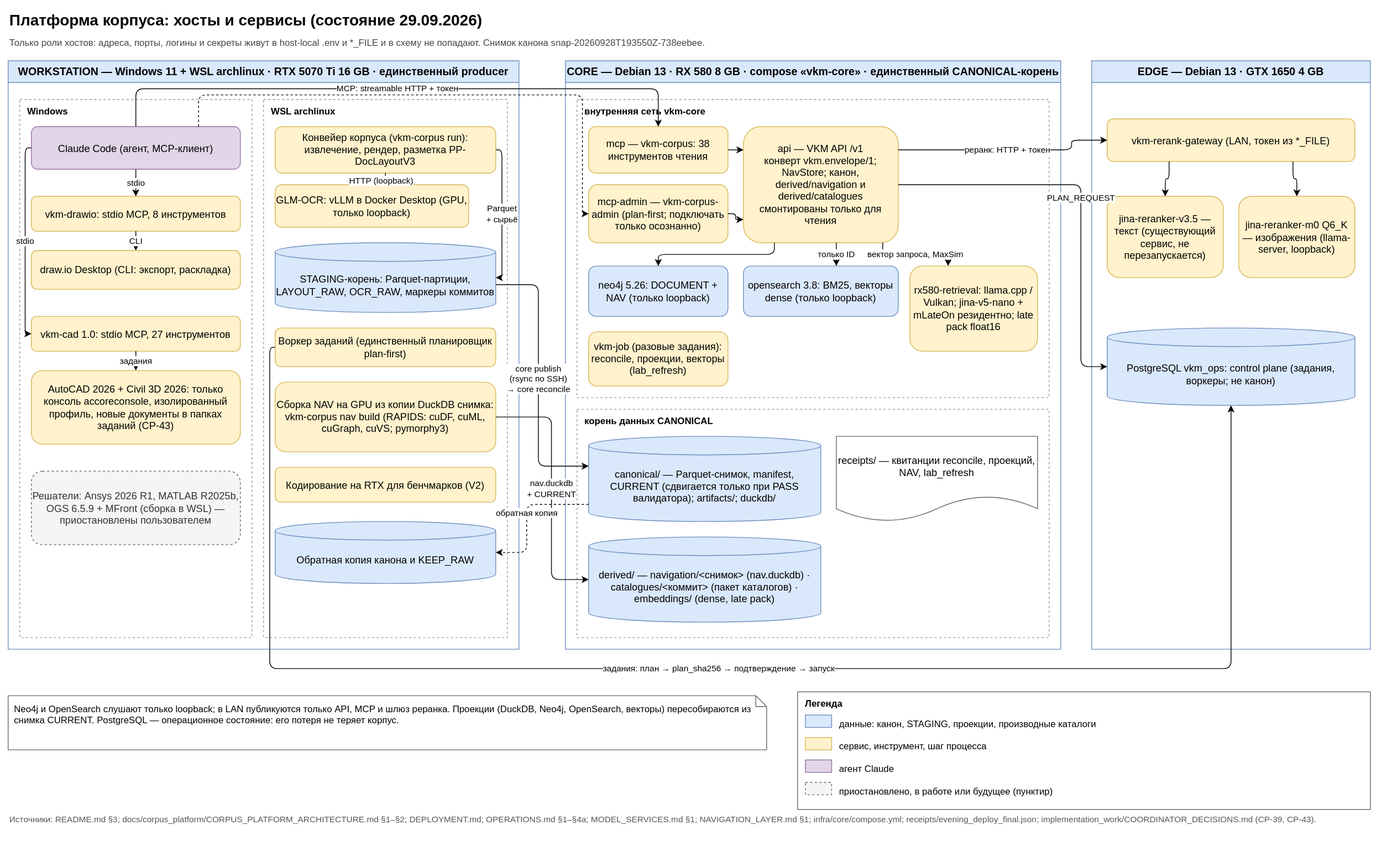
Earlier version of the draw.io export docs/diagrams/platform_hosts.svg (SUKUNA-AI/vkm-subsidence-forecasting). Source tidied: cells renumbered, new cells last; positions are measured from the earlier drawing's top-left corner, leaving out a move shared by most shapes.
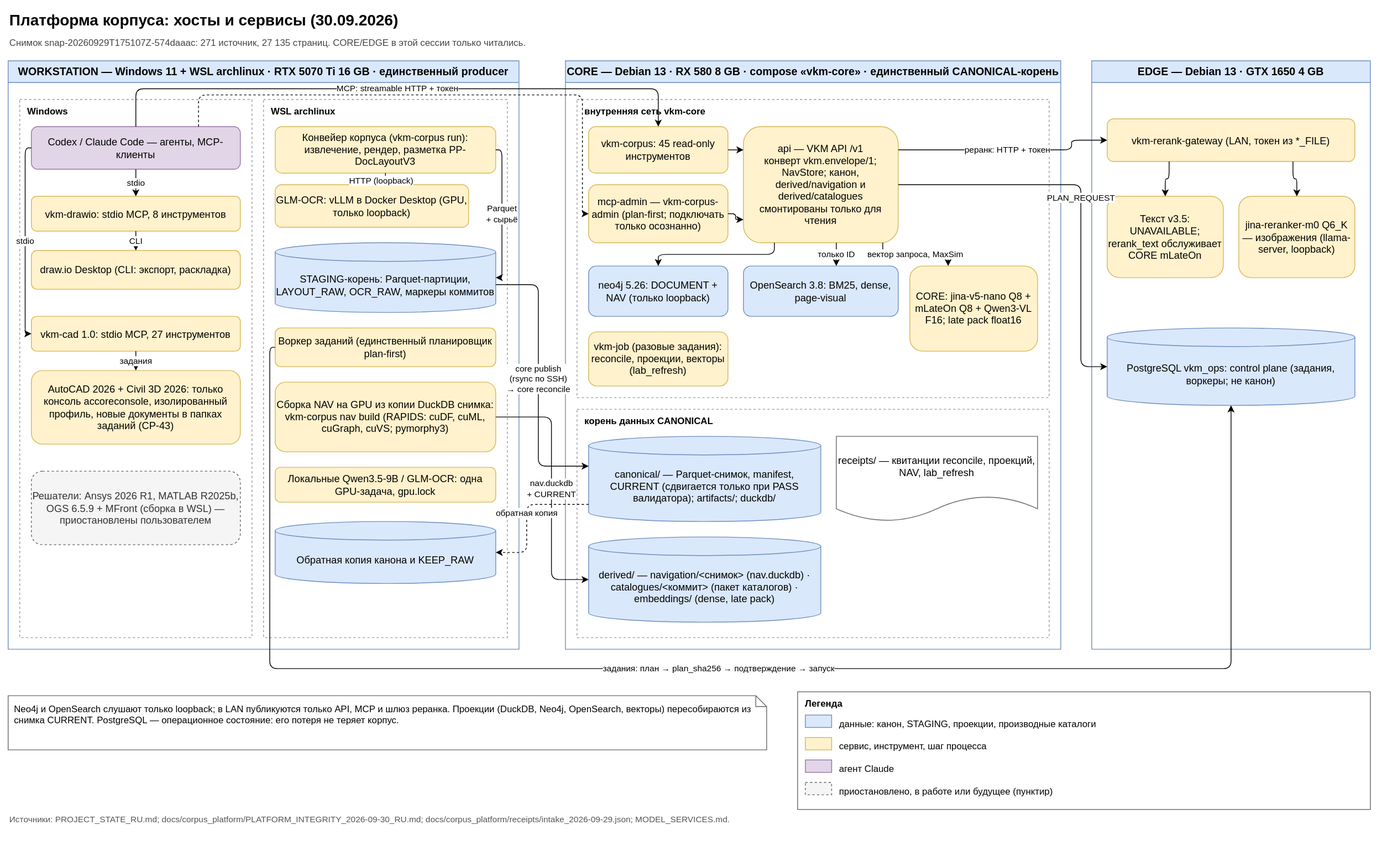
The same diagram one commit later.

Change to the diagram source:
```diff
@@ -2,10 +2,10 @@
   <root>
     <mxCell id="0" />
     <mxCell id="1" parent="0" />
-    <mxCell id="2" value="Платформа корпуса: хосты и сервисы (состояние 29.09.2026)" style="text;align=left;fontSize=20;fontStyle=1;html=1;verticalAlign=middle;whiteSpace=wrap;" parent="1" vertex="1">
+    <mxCell id="2" value="Платформа корпуса: хосты и сервисы (30.09.2026)" style="text;align=left;fontSize=20;fontStyle=1;html=1;verticalAlign=middle;whiteSpace=wrap;" parent="1" vertex="1">
       <mxGeometry width="1760" height="30" as="geometry" />
     </mxCell>
-    <mxCell id="3" value="Только роли хостов: адреса, порты, логины и секреты живут в host-local .env и *_FILE и в схему не попадают. Снимок канона snap-20260928T193550Z-738eebee." style="text;align=left;fontColor=#444444;fontSize=12;html=1;verticalAlign=middle;whiteSpace=wrap;" parent="1" vertex="1">
+    <mxCell id="3" value="Снимок snap-20260929T175107Z-574daaac: 271 источник, 27 135 страниц. CORE/EDGE в этой сессии только читались." style="text;align=left;fontColor=#444444;fontSize=12;html=1;verticalAlign=middle;whiteSpace=wrap;" parent="1" vertex="1">
       <mxGeometry y="32" width="1760" height="25" as="geometry" />
     </mxCell>
     <mxCell id="4" value="WORKSTATION — Windows 11 + WSL archlinux · RTX 5070 Ti 16 GB · единственный producer" style="swimlane;fillColor=#dae8fc;fontSize=14;fontStyle=1;html=1;rounded=0;startSize=28;strokeColor=#6c8ebf;swimlaneFillColor=#ffffff;whiteSpace=wrap;" parent="1" vertex="1">
@@ -14,7 +14,7 @@
     <mxCell id="5" value="Windows" style="align=left;dashed=1;fillColor=none;fontSize=12;fontStyle=1;html=1;rounded=0;spacingLeft=8;spacingTop=2;strokeColor=#999999;verticalAlign=top;whiteSpace=wrap;" parent="4" vertex="1">
       <mxGeometry x="15" y="50" width="300" height="695" as="geometry" />
     </mxCell>
-    <mxCell id="6" value="Claude Code (агент, MCP-клиент)" style="fillColor=#e1d5e7;fontSize=13;html=1;rounded=1;strokeColor=#9673a6;whiteSpace=wrap;" parent="5" vertex="1">
+    <mxCell id="6" value="Codex / Claude Code — агенты, MCP-клиенты" style="fillColor=#e1d5e7;fontSize=13;html=1;rounded=1;strokeColor=#9673a6;whiteSpace=wrap;" parent="5" vertex="1">
       <mxGeometry x="15" y="35" width="270" height="55" as="geometry" />
     </mxCell>
     <mxCell id="7" value="vkm-drawio: stdio MCP, 8 инструментов" style="fillColor=#fff2cc;fontSize=13;html=1;rounded=1;strokeColor=#d6b656;whiteSpace=wrap;" parent="5" vertex="1">
@@ -50,7 +50,7 @@
     <mxCell id="17" value="Сборка NAV на GPU из копии DuckDB снимка: vkm-corpus nav build (RAPIDS: cuDF, cuML, cuGraph, cuVS; pymorphy3)" style="fillColor=#fff2cc;fontSize=13;html=1;rounded=1;strokeColor=#d6b656;whiteSpace=wrap;" parent="12" vertex="1">
       <mxGeometry x="15" y="365" width="285" height="90" as="geometry" />
     </mxCell>
-    <mxCell id="18" value="Кодирование на RTX для бенчмарков (V2)" style="fillColor=#fff2cc;fontSize=13;html=1;rounded=1;strokeColor=#d6b656;whiteSpace=wrap;" parent="12" vertex="1">
+    <mxCell id="18" value="Локальные Qwen3.5-9B / GLM-OCR: одна GPU-задача, gpu.lock" style="fillColor=#fff2cc;fontSize=13;html=1;rounded=1;strokeColor=#d6b656;whiteSpace=wrap;" parent="12" vertex="1">
       <mxGeometry x="15" y="475" width="285" height="45" as="geometry" />
     </mxCell>
     <mxCell id="19" value="Обратная копия канона и KEEP_RAW" style="backgroundOutline=1;boundedLbl=1;fillColor=#dae8fc;fontSize=13;html=1;shape=cylinder3;size=12;strokeColor=#6c8ebf;whiteSpace=wrap;" parent="12" vertex="1">
@@ -62,7 +62,7 @@
     <mxCell id="21" value="внутренняя сеть vkm-core" style="align=left;dashed=1;fillColor=none;fontSize=12;fontStyle=1;html=1;rounded=0;spacingLeft=8;spacingTop=2;strokeColor=#999999;verticalAlign=top;whiteSpace=wrap;" parent="20" vertex="1">
       <mxGeometry x="15" y="50" width="610" height="385" as="geometry" />
     </mxCell>
-    <mxCell id="22" value="mcp — vkm-corpus: 38 инструментов чтения" style="fillColor=#fff2cc;fontSize=13;html=1;rounded=1;strokeColor=#d6b656;whiteSpace=wrap;" parent="21" vertex="1">
+    <mxCell id="22" value="vkm-corpus: 45 read-only инструментов" style="fillColor=#fff2cc;fontSize=13;html=1;rounded=1;strokeColor=#d6b656;whiteSpace=wrap;" parent="21" vertex="1">
       <mxGeometry x="15" y="35" width="180" height="60" as="geometry" />
     </mxCell>
     <mxCell id="23" value="mcp-admin — vkm-corpus-admin (plan-first; подключать только осознанно)" style="fillColor=#fff2cc;fontSize=13;html=1;rounded=1;strokeColor=#d6b656;whiteSpace=wrap;" parent="21" vertex="1">
@@ -74,10 +74,10 @@
     <mxCell id="25" value="neo4j 5.26: DOCUMENT + NAV (только loopback)" style="fillColor=#dae8fc;fontSize=13;html=1;rounded=1;strokeColor=#6c8ebf;whiteSpace=wrap;" parent="21" vertex="1">
       <mxGeometry x="15" y="215" width="180" height="65" as="geometry" />
     </mxCell>
-    <mxCell id="26" value="opensearch 3.8: BM25, векторы dense (только loopback)" style="fillColor=#dae8fc;fontSize=13;html=1;rounded=1;strokeColor=#6c8ebf;whiteSpace=wrap;" parent="21" vertex="1">
+    <mxCell id="26" value="OpenSearch 3.8: BM25, dense, page-visual" style="fillColor=#dae8fc;fontSize=13;html=1;rounded=1;strokeColor=#6c8ebf;whiteSpace=wrap;" parent="21" vertex="1">
       <mxGeometry x="215" y="215" width="200" height="65" as="geometry" />
     </mxCell>
-    <mxCell id="27" value="rx580-retrieval: llama.cpp / Vulkan; jina-v5-nano + mLateOn резидентно; late pack float16" style="fillColor=#fff2cc;fontSize=13;html=1;rounded=1;strokeColor=#d6b656;whiteSpace=wrap;" parent="21" vertex="1">
+    <mxCell id="27" value="CORE: jina-v5-nano Q8 + mLateOn Q8 + Qwen3-VL F16; late pack float16" style="fillColor=#fff2cc;fontSize=13;html=1;rounded=1;strokeColor=#d6b656;whiteSpace=wrap;" parent="21" vertex="1">
       <mxGeometry x="430" y="215" width="165" height="110" as="geometry" />
     </mxCell>
     <mxCell id="28" value="vkm-job (разовые задания): reconcile, проекции, векторы (lab_refresh)" style="fillColor=#fff2cc;fontSize=13;html=1;rounded=1;strokeColor=#d6b656;whiteSpace=wrap;" parent="21" vertex="1">
@@ -101,7 +101,7 @@
     <mxCell id="34" value="vkm-rerank-gateway (LAN, токен из *_FILE)" style="fillColor=#fff2cc;fontSize=13;html=1;rounded=1;strokeColor=#d6b656;whiteSpace=wrap;" parent="33" vertex="1">
       <mxGeometry x="20" y="75" width="320" height="55" as="geometry" />
     </mxCell>
-    <mxCell id="35" value="jina-reranker-v3.5 — текст (существующий сервис, не перезапускается)" style="fillColor=#fff2cc;fontSize=13;html=1;rounded=1;strokeColor=#d6b656;whiteSpace=wrap;" parent="33" vertex="1">
+    <mxCell id="35" value="Текст v3.5: UNAVAILABLE; rerank_text обслуживает CORE mLateOn" style="fillColor=#fff2cc;fontSize=13;html=1;rounded=1;strokeColor=#d6b656;whiteSpace=wrap;" parent="33" vertex="1">
       <mxGeometry x="20" y="175" width="150" height="105" as="geometry" />
     </mxCell>
     <mxCell id="36" value="jina-reranker-m0 Q6_K — изображения (llama-server, loopback)" style="fillColor=#fff2cc;fontSize=13;html=1;rounded=1;strokeColor=#d6b656;whiteSpace=wrap;" parent="33" vertex="1">
@@ -140,7 +140,7 @@
     <mxCell id="47" value="приостановлено, в работе или будущее (пунктир)" style="text;align=left;fontSize=12;html=1;verticalAlign=top;whiteSpace=wrap;" parent="39" vertex="1">
       <mxGeometry x="52" y="115" width="680" height="25" as="geometry" />
     </mxCell>
-    <mxCell id="48" value="Источники: README.md §3; docs/corpus_platform/CORPUS_PLATFORM_ARCHITECTURE.md §1–§2; DEPLOYMENT.md; OPERATIONS.md §1–§4a; MODEL_SERVICES.md §1; NAVIGATION_LAYER.md §1; infra/core/compose.yml; receipts/evening_deploy_final.json; implementation_work/COORDINATOR_DECISIONS.md (CP-39, CP-43)." style="text;align=left;fontColor=#555555;fontSize=11;html=1;verticalAlign=middle;whiteSpace=wrap;" parent="1" vertex="1">
+    <mxCell id="48" value="Источники: PROJECT_STATE_RU.md; docs/corpus_platform/PLATFORM_INTEGRITY_2026-09-30_RU.md; docs/corpus_platform/receipts/intake_2026-09-29.json; MODEL_SERVICES.md." style="text;align=left;fontColor=#555555;fontSize=11;html=1;verticalAlign=middle;whiteSpace=wrap;" parent="1" vertex="1">
       <mxGeometry y="1028" width="1760" height="40" as="geometry" />
     </mxCell>
     <mxCell id="49" value="stdio" style="edgeStyle=orthogonalEdgeStyle;endArrow=classic;entryDx=0;entryDy=0;entryX=0.5;entryY=0;exitDx=0;exitDy=0;exitX=0.5;exitY=1;fontSize=11;html=1;labelBackgroundColor=#ffffff;rounded=1;" parent="1" edge="1" source="6" target="7">
```
